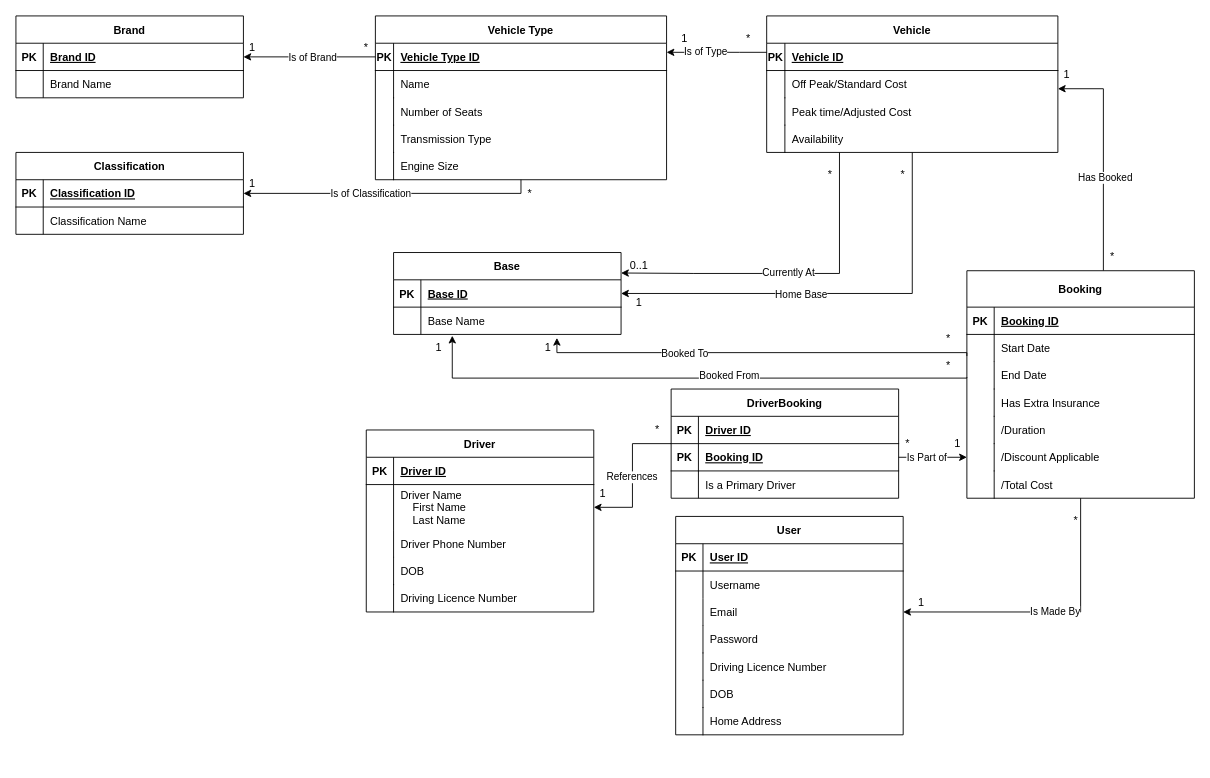
Above: CW1 ERD.drawio in Daniel-Fejdych/Daniel-Fejdych.github.io (draw.io), before the change. Source tidied: cells renumbered, new cells numbered last; positions are measured from the earlier drawing's top-left corner, leaving out a move shared by most shapes. Both pictures are drawn from the tidied source at 91%, with x=0, y=0 at pixel (15, 15).
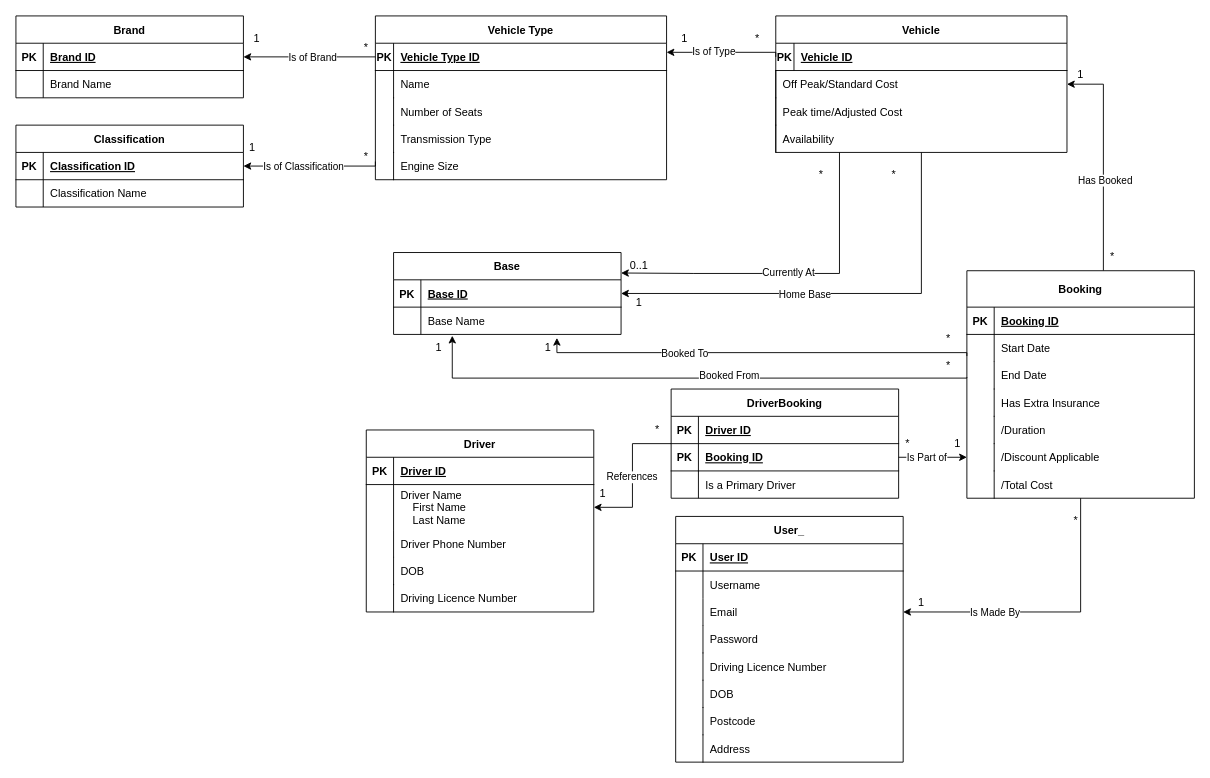
Above is the later version.

Unchanged cells that the change refers to:
```xml
<mxCell id="9" style="edgeStyle=orthogonalEdgeStyle;rounded=0;orthogonalLoop=1;jettySize=auto;html=1;entryX=1;entryY=0.5;entryDx=0;entryDy=0;" parent="1" edge="1">
  <mxGeometry relative="1" as="geometry">
    <mxPoint x="1170" y="530" as="sourcePoint" />
    <mxPoint x="975" y="655" as="targetPoint" />
    <Array as="points">
      <mxPoint x="1170.5" y="655" />
    </Array>
  </mxGeometry>
</mxCell>
<mxCell id="61" value="Booking" style="shape=table;startSize=40;childLayout=tableLayout;rowLines=0;fontStyle=1;align=center;" parent="1" vertex="1">
  <mxGeometry x="1045" y="280" width="250" height="250" as="geometry" />
</mxCell>
<mxCell id="96" style="shape=partialRectangle;fillColor=none;points=[[0,0.5],[1,0.5]];portConstraint=eastwest;top=0;left=0;right=0;bottom=1;" parent="95" vertex="1">
  <mxGeometry y="30" width="320" height="30" as="geometry" />
</mxCell>
<mxCell id="111" value="Vehicle Type" style="shape=table;startSize=30;childLayout=tableLayout;rowLines=0;fontStyle=1;align=center;" parent="1" vertex="1">
  <mxGeometry x="395" width="320" height="180" as="geometry" />
</mxCell>
<mxCell id="123" style="shape=partialRectangle;fillColor=none;points=[[0,0.5],[1,0.5]];portConstraint=eastwest;top=0;left=0;right=0;bottom=1;" parent="122" vertex="1">
  <mxGeometry y="30" width="250" height="30" as="geometry" />
</mxCell>
```

Diff of the diagram source:
```diff
@@
     <mxCell id="10" value="Is Made By" style="edgeLabel;html=1;align=center;verticalAlign=middle;" parent="9" vertex="1">
       <mxGeometry x="-0.04" y="-2" relative="1" as="geometry">
-        <mxPoint y="1" as="offset" />
+        <mxPoint x="-66" y="2" as="offset" />
       </mxGeometry>
     </mxCell>
@@
-    <mxCell id="15" style="edgeStyle=orthogonalEdgeStyle;rounded=0;orthogonalLoop=1;jettySize=auto;html=1;" parent="1" edge="1">
+    <mxCell id="15" style="edgeStyle=orthogonalEdgeStyle;rounded=0;jettySize=auto;html=1;exitX=0;exitY=0.5;exitDx=0;exitDy=0;" parent="1" edge="1" source="96">
       <mxGeometry relative="1" as="geometry">
-        <mxPoint x="825" y="40" as="sourcePoint" />
         <mxPoint x="715" y="40" as="targetPoint" />
         <Array as="points">
-          <mxPoint x="795" y="40" />
-          <mxPoint x="795" y="40" />
+          <mxPoint x="835" y="40" />
         </Array>
       </mxGeometry>
     </mxCell>
     <mxCell id="16" value="Is of Type" style="edgeLabel;html=1;align=center;verticalAlign=middle;" parent="15" vertex="1">
-      <mxGeometry x="0.24" y="-2" relative="1" as="geometry" />
+      <mxGeometry x="0.24" y="-2" relative="1" as="geometry">
+        <mxPoint x="4" as="offset" />
+      </mxGeometry>
     </mxCell>
@@
     <mxCell id="44" style="group;" parent="1" vertex="1">
-      <mxGeometry x="725" y="550" width="250" height="240" as="geometry" />
+      <mxGeometry x="725" y="550" width="250" height="270" as="geometry" />
     </mxCell>
-    <mxCell id="45" value="User" style="shape=table;startSize=30;childLayout=tableLayout;rowLines=0;fontStyle=1;align=center;" parent="44" vertex="1">
-      <mxGeometry width="250" height="240" as="geometry" />
+    <mxCell id="45" value="User_" style="shape=table;startSize=30;childLayout=tableLayout;rowLines=0;fontStyle=1;align=center;" parent="44" vertex="1">
+      <mxGeometry width="250" height="270" as="geometry" />
     </mxCell>
@@
-    <mxCell id="58" value="Home Address" style="shape=partialRectangle;overflow=hidden;fillColor=none;top=0;left=1;bottom=0;right=0;align=left;spacingLeft=6;" parent="44" vertex="1">
-      <mxGeometry x="30" y="210" width="220" height="30" as="geometry" />
+    <mxCell id="58" value="Address" style="shape=partialRectangle;overflow=hidden;fillColor=none;top=0;left=1;bottom=0;right=0;align=left;spacingLeft=6;" parent="44" vertex="1">
+      <mxGeometry x="30" y="240" width="220" height="30" as="geometry" />
     </mxCell>
+    <mxCell id="133" value="Postcode" style="shape=partialRectangle;overflow=hidden;fillColor=none;top=0;left=1;bottom=0;right=0;align=left;spacingLeft=6;" parent="44" vertex="1">
+      <mxGeometry x="30" y="210" width="220" height="30" as="geometry" />
+    </mxCell>
-    <mxCell id="59" style="edgeStyle=orthogonalEdgeStyle;rounded=0;jettySize=auto;html=1;entryX=0;entryY=1;entryDx=0;entryDy=0;" parent="1" edge="1" source="61" target="79">
+    <mxCell id="59" style="edgeStyle=orthogonalEdgeStyle;rounded=0;jettySize=auto;html=1;entryX=1;entryY=0.5;entryDx=0;entryDy=0;" parent="1" edge="1" source="61" target="95">
       <mxGeometry relative="1" as="geometry">
         <Array as="points">
-          <mxPoint x="1195" y="80" />
+          <mxPoint x="1195" y="75" />
         </Array>
       </mxGeometry>
     </mxCell>
@@
     <mxCell id="73" value="*" style="text;html=1;strokeColor=none;fillColor=none;align=center;verticalAlign=middle;whiteSpace=wrap;rounded=0;" parent="1" vertex="1">
-      <mxGeometry x="885" y="160" width="20" height="30" as="geometry" />
+      <mxGeometry x="875" y="160" width="20" height="30" as="geometry" />
     </mxCell>
     <mxCell id="74" value="*" style="text;html=1;strokeColor=none;fillColor=none;align=center;verticalAlign=middle;whiteSpace=wrap;rounded=0;" parent="1" vertex="1">
-      <mxGeometry x="965" y="160" width="20" height="30" as="geometry" />
+      <mxGeometry x="955" y="160" width="20" height="30" as="geometry" />
     </mxCell>
@@
     <mxCell id="77" value="*" style="text;html=1;strokeColor=none;fillColor=none;align=center;verticalAlign=middle;whiteSpace=wrap;rounded=0;" parent="1" vertex="1">
-      <mxGeometry x="795" y="10" width="20" height="30" as="geometry" />
+      <mxGeometry x="805" y="10" width="20" height="30" as="geometry" />
     </mxCell>
@@
     <mxCell id="79" value="1" style="text;html=1;strokeColor=none;fillColor=none;align=center;verticalAlign=middle;whiteSpace=wrap;rounded=0;" parent="1" vertex="1">
-      <mxGeometry x="1145" y="50" width="20" height="30" as="geometry" />
+      <mxGeometry x="1160" y="50" width="20" height="30" as="geometry" />
     </mxCell>
@@
     <mxCell id="95" value="Vehicle" style="shape=table;startSize=30;childLayout=tableLayout;rowLines=0;fontStyle=1;align=center;" parent="1" vertex="1">
-      <mxGeometry x="825" width="320" height="150" as="geometry" />
+      <mxGeometry x="835" width="320" height="150" as="geometry" />
     </mxCell>
@@
     <mxCell id="99" value="Off Peak/Standard Cost" style="shape=partialRectangle;overflow=hidden;fillColor=none;top=0;left=1;bottom=0;right=0;align=left;spacingLeft=6;fontStyle=0;" parent="1" vertex="1">
-      <mxGeometry x="845" y="60" width="300" height="30" as="geometry" />
+      <mxGeometry x="835" y="60" width="300" height="30" as="geometry" />
     </mxCell>
     <mxCell id="100" value="Peak time/Adjusted Cost" style="shape=partialRectangle;overflow=hidden;fillColor=none;top=0;left=1;bottom=0;right=0;align=left;spacingLeft=6;fontStyle=0;" parent="1" vertex="1">
-      <mxGeometry x="845" y="90" width="300" height="30" as="geometry" />
+      <mxGeometry x="835" y="90" width="300" height="30" as="geometry" />
     </mxCell>
     <mxCell id="101" value="Availability" style="shape=partialRectangle;overflow=hidden;fillColor=none;top=0;left=1;bottom=0;right=0;align=left;spacingLeft=6;fontStyle=0;" parent="1" vertex="1">
-      <mxGeometry x="845" y="120" width="300" height="30" as="geometry" />
+      <mxGeometry x="835" y="120" width="300" height="30" as="geometry" />
     </mxCell>
@@
-    <mxCell id="107" style="edgeStyle=orthogonalEdgeStyle;rounded=0;jettySize=auto;html=1;entryX=1;entryY=0.5;entryDx=0;entryDy=0;" parent="1" edge="1" source="111" target="123">
+    <mxCell id="107" style="edgeStyle=orthogonalEdgeStyle;rounded=0;jettySize=auto;html=1;entryX=1;entryY=0.5;entryDx=0;entryDy=0;" parent="1" edge="1" target="123">
       <mxGeometry relative="1" as="geometry">
+        <mxPoint x="395" y="160" as="sourcePoint" />
         <Array as="points">
-          <mxPoint x="355" y="195" />
-          <mxPoint x="355" y="195" />
+          <mxPoint x="395" y="165" />
         </Array>
       </mxGeometry>
     </mxCell>
@@
     <mxCell id="122" value="Classification" style="shape=table;startSize=30;childLayout=tableLayout;rowLines=0;fontStyle=1;align=center;" parent="1" vertex="1">
-      <mxGeometry y="150" width="250" height="90" as="geometry" />
+      <mxGeometry y="120" width="250" height="90" as="geometry" />
     </mxCell>
@@
     <mxCell id="129" value="1" style="text;html=1;strokeColor=none;fillColor=none;align=center;verticalAlign=middle;whiteSpace=wrap;rounded=0;" parent="1" vertex="1">
-      <mxGeometry x="250" y="170" width="20" height="30" as="geometry" />
+      <mxGeometry x="250" y="130" width="20" height="30" as="geometry" />
     </mxCell>
     <mxCell id="130" value="1" style="text;html=1;strokeColor=none;fillColor=none;align=center;verticalAlign=middle;whiteSpace=wrap;rounded=0;" parent="1" vertex="1">
-      <mxGeometry x="250" y="20" width="20" height="30" as="geometry" />
+      <mxGeometry x="255" y="10" width="20" height="30" as="geometry" />
     </mxCell>
@@
     <mxCell id="132" value="*" style="text;html=1;strokeColor=none;fillColor=none;align=center;verticalAlign=middle;whiteSpace=wrap;rounded=0;" parent="1" vertex="1">
-      <mxGeometry x="555" y="180" width="20" height="30" as="geometry" />
+      <mxGeometry x="375" y="140" width="20" height="30" as="geometry" />
     </mxCell>
```
